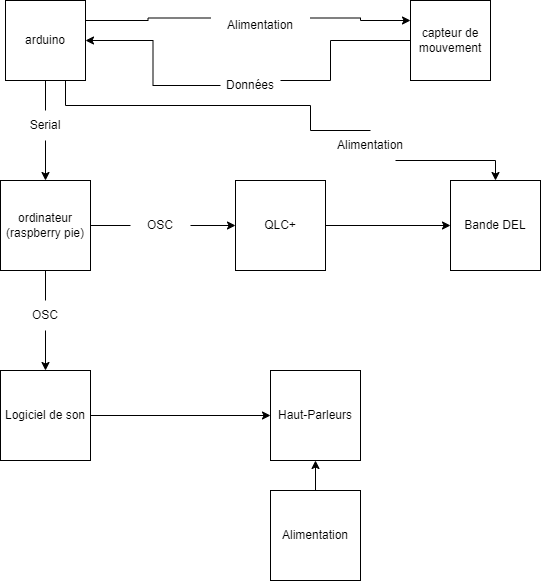
Boucle-RDDL/Boucler-la-boucle keeps this draw.io diagram as docs/preproduction/medias/schema_branchement.png. Above is the earlier version. Source tidied: cells renumbered, new cells last; positions are measured from the earlier drawing's top-left corner, leaving out a move shared by most shapes. Its diagram source:
```xml
<mxGraphModel>
  <root>
    <mxCell id="0" />
    <mxCell id="1" parent="0" />
    <mxCell id="2" style="edgeStyle=orthogonalEdgeStyle;rounded=0;jettySize=auto;html=1;exitX=0;exitY=0.5;exitDx=0;exitDy=0;startArrow=none;" parent="1" edge="1" source="8" target="7">
      <mxGeometry relative="1" as="geometry" />
    </mxCell>
    <mxCell id="3" value="capteur de mouvement" style="whiteSpace=wrap;html=1;" parent="1" vertex="1">
      <mxGeometry x="410" width="80" height="80" as="geometry" />
    </mxCell>
    <mxCell id="4" style="edgeStyle=orthogonalEdgeStyle;rounded=0;jettySize=auto;html=1;exitX=1;exitY=0.25;exitDx=0;exitDy=0;entryX=0;entryY=0.25;entryDx=0;entryDy=0;startArrow=none;" parent="1" edge="1" source="10" target="3">
      <mxGeometry relative="1" as="geometry" />
    </mxCell>
    <mxCell id="5" style="edgeStyle=orthogonalEdgeStyle;rounded=0;jettySize=auto;html=1;exitX=0.5;exitY=1;exitDx=0;exitDy=0;startArrow=none;" parent="1" edge="1" source="15" target="14">
      <mxGeometry relative="1" as="geometry" />
    </mxCell>
    <mxCell id="6" style="edgeStyle=orthogonalEdgeStyle;rounded=0;jettySize=auto;html=1;exitX=0.75;exitY=1;exitDx=0;exitDy=0;entryX=0.5;entryY=0;entryDx=0;entryDy=0;startArrow=none;" parent="1" edge="1" source="27" target="22">
      <mxGeometry relative="1" as="geometry">
        <Array as="points">
          <mxPoint x="495" y="160" />
        </Array>
      </mxGeometry>
    </mxCell>
    <mxCell id="7" value="arduino" style="whiteSpace=wrap;html=1;" parent="1" vertex="1">
      <mxGeometry x="5" width="80" height="80" as="geometry" />
    </mxCell>
    <mxCell id="8" value="Données" style="text;html=1;strokeColor=none;fillColor=none;align=center;verticalAlign=middle;whiteSpace=wrap;rounded=0;" parent="1" vertex="1">
      <mxGeometry x="220" y="70" width="60" height="30" as="geometry" />
    </mxCell>
    <mxCell id="9" style="edgeStyle=orthogonalEdgeStyle;rounded=0;jettySize=auto;html=1;exitX=0;exitY=0.5;exitDx=0;exitDy=0;endArrow=none;" parent="1" edge="1" source="3" target="8">
      <mxGeometry relative="1" as="geometry">
        <Array as="points">
          <mxPoint x="330" y="80" />
        </Array>
      </mxGeometry>
    </mxCell>
    <mxCell id="10" value="Alimentation" style="text;html=1;strokeColor=none;fillColor=none;align=center;verticalAlign=middle;whiteSpace=wrap;rounded=0;" parent="1" vertex="1">
      <mxGeometry x="210" y="10" width="100" height="30" as="geometry" />
    </mxCell>
    <mxCell id="11" style="edgeStyle=orthogonalEdgeStyle;rounded=0;jettySize=auto;html=1;exitX=1;exitY=0.25;exitDx=0;exitDy=0;entryX=0;entryY=0.25;entryDx=0;entryDy=0;endArrow=none;" parent="1" edge="1" source="7" target="10">
      <mxGeometry relative="1" as="geometry" />
    </mxCell>
    <mxCell id="12" style="edgeStyle=orthogonalEdgeStyle;rounded=0;jettySize=auto;html=1;exitX=1;exitY=0.5;exitDx=0;exitDy=0;startArrow=none;" parent="1" edge="1" source="23" target="18">
      <mxGeometry relative="1" as="geometry" />
    </mxCell>
    <mxCell id="13" style="edgeStyle=orthogonalEdgeStyle;rounded=0;jettySize=auto;html=1;exitX=0.5;exitY=1;exitDx=0;exitDy=0;startArrow=none;" parent="1" edge="1" source="25" target="20">
      <mxGeometry relative="1" as="geometry" />
    </mxCell>
    <mxCell id="14" value="ordinateur&lt;br&gt;(raspberry pie)" style="whiteSpace=wrap;html=1;" parent="1" vertex="1">
      <mxGeometry y="180" width="90" height="90" as="geometry" />
    </mxCell>
    <mxCell id="15" value="Serial" style="text;html=1;strokeColor=none;fillColor=none;align=center;verticalAlign=middle;whiteSpace=wrap;rounded=0;" parent="1" vertex="1">
      <mxGeometry x="15" y="110" width="60" height="30" as="geometry" />
    </mxCell>
    <mxCell id="16" style="edgeStyle=orthogonalEdgeStyle;rounded=0;jettySize=auto;html=1;exitX=0.5;exitY=1;exitDx=0;exitDy=0;endArrow=none;" parent="1" edge="1" source="7" target="15">
      <mxGeometry relative="1" as="geometry" />
    </mxCell>
    <mxCell id="17" style="edgeStyle=orthogonalEdgeStyle;rounded=0;jettySize=auto;html=1;exitX=1;exitY=0.5;exitDx=0;exitDy=0;" parent="1" edge="1" source="18" target="22">
      <mxGeometry relative="1" as="geometry" />
    </mxCell>
    <mxCell id="18" value="QLC+" style="whiteSpace=wrap;html=1;" parent="1" vertex="1">
      <mxGeometry x="235" y="180" width="90" height="90" as="geometry" />
    </mxCell>
    <mxCell id="19" style="edgeStyle=orthogonalEdgeStyle;rounded=0;jettySize=auto;html=1;exitX=1;exitY=0.5;exitDx=0;exitDy=0;" parent="1" edge="1" source="20" target="21">
      <mxGeometry relative="1" as="geometry" />
    </mxCell>
    <mxCell id="20" value="Logiciel de son" style="whiteSpace=wrap;html=1;" parent="1" vertex="1">
      <mxGeometry y="370" width="90" height="90" as="geometry" />
    </mxCell>
    <mxCell id="21" value="Haut-Parleurs" style="whiteSpace=wrap;html=1;" parent="1" vertex="1">
      <mxGeometry x="270" y="370" width="90" height="90" as="geometry" />
    </mxCell>
    <mxCell id="22" value="Bande DEL" style="whiteSpace=wrap;html=1;" parent="1" vertex="1">
      <mxGeometry x="450" y="180" width="90" height="90" as="geometry" />
    </mxCell>
    <mxCell id="23" value="OSC" style="text;html=1;strokeColor=none;fillColor=none;align=center;verticalAlign=middle;whiteSpace=wrap;rounded=0;" parent="1" vertex="1">
      <mxGeometry x="130" y="210" width="60" height="30" as="geometry" />
    </mxCell>
    <mxCell id="24" style="edgeStyle=orthogonalEdgeStyle;rounded=0;jettySize=auto;html=1;exitX=1;exitY=0.5;exitDx=0;exitDy=0;endArrow=none;" parent="1" edge="1" source="14" target="23">
      <mxGeometry relative="1" as="geometry" />
    </mxCell>
    <mxCell id="25" value="OSC" style="text;html=1;strokeColor=none;fillColor=none;align=center;verticalAlign=middle;whiteSpace=wrap;rounded=0;" parent="1" vertex="1">
      <mxGeometry x="15" y="300" width="60" height="30" as="geometry" />
    </mxCell>
    <mxCell id="26" style="edgeStyle=orthogonalEdgeStyle;rounded=0;jettySize=auto;html=1;exitX=0.5;exitY=1;exitDx=0;exitDy=0;endArrow=none;" parent="1" edge="1" source="14" target="25">
      <mxGeometry relative="1" as="geometry" />
    </mxCell>
    <mxCell id="27" value="Alimentation" style="text;html=1;strokeColor=none;fillColor=none;align=center;verticalAlign=middle;whiteSpace=wrap;rounded=0;" parent="1" vertex="1">
      <mxGeometry x="320" y="130" width="100" height="30" as="geometry" />
    </mxCell>
    <mxCell id="28" style="edgeStyle=orthogonalEdgeStyle;rounded=0;jettySize=auto;html=1;exitX=0.75;exitY=1;exitDx=0;exitDy=0;entryX=0.5;entryY=0;entryDx=0;entryDy=0;endArrow=none;" parent="1" edge="1" source="7" target="27">
      <mxGeometry relative="1" as="geometry">
        <Array as="points">
          <mxPoint x="65" y="105" />
          <mxPoint x="310" y="105" />
          <mxPoint x="310" y="130" />
        </Array>
      </mxGeometry>
    </mxCell>
    <mxCell id="29" style="edgeStyle=orthogonalEdgeStyle;rounded=0;jettySize=auto;html=1;exitX=0.5;exitY=0;exitDx=0;exitDy=0;entryX=0.5;entryY=1;entryDx=0;entryDy=0;" parent="1" edge="1" source="30" target="21">
      <mxGeometry relative="1" as="geometry" />
    </mxCell>
    <mxCell id="30" value="Alimentation" style="whiteSpace=wrap;html=1;" parent="1" vertex="1">
      <mxGeometry x="270" y="490" width="90" height="90" as="geometry" />
    </mxCell>
  </root>
</mxGraphModel>
```
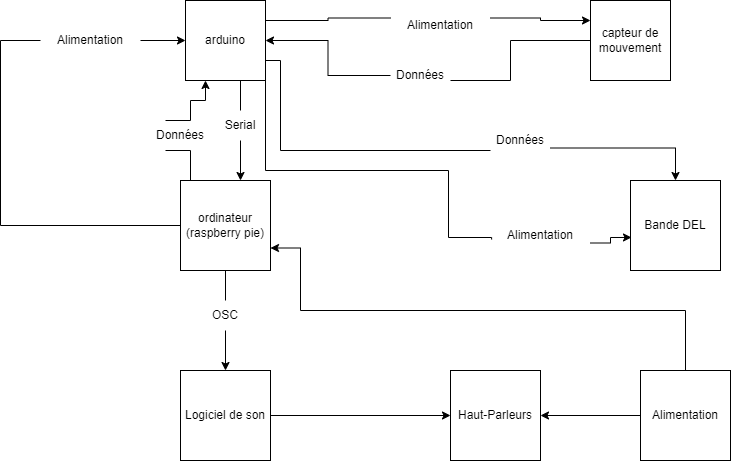
Above is the later version.

Diff of the diagram source:
```diff
@@ -12,20 +12,27 @@
       <mxGeometry relative="1" as="geometry" />
     </mxCell>
     <mxCell id="5" style="edgeStyle=orthogonalEdgeStyle;rounded=0;jettySize=auto;html=1;exitX=0.5;exitY=1;exitDx=0;exitDy=0;startArrow=none;" parent="1" edge="1" source="15" target="14">
-      <mxGeometry relative="1" as="geometry" />
+      <mxGeometry relative="1" as="geometry">
+        <Array as="points">
+          <mxPoint x="60" y="140" />
+        </Array>
+      </mxGeometry>
     </mxCell>
-    <mxCell id="6" style="edgeStyle=orthogonalEdgeStyle;rounded=0;jettySize=auto;html=1;exitX=0.75;exitY=1;exitDx=0;exitDy=0;entryX=0.5;entryY=0;entryDx=0;entryDy=0;startArrow=none;" parent="1" edge="1" source="27" target="22">
-      <mxGeometry relative="1" as="geometry">
-        <Array as="points">
-          <mxPoint x="495" y="160" />
-        </Array>
-      </mxGeometry>
-    </mxCell>
+    <mxCell id="31" style="edgeStyle=orthogonalEdgeStyle;rounded=0;jettySize=auto;html=1;exitX=1;exitY=0.75;exitDx=0;exitDy=0;entryX=0.011;entryY=0.633;entryDx=0;entryDy=0;entryPerimeter=0;startArrow=none;" parent="1" edge="1" source="37" target="22">
+      <mxGeometry x="640" y="290" relative="1" as="geometry" />
+    </mxCell>
+    <mxCell id="32" style="edgeStyle=orthogonalEdgeStyle;rounded=0;jettySize=auto;html=1;exitX=1;exitY=0.75;exitDx=0;exitDy=0;startArrow=none;" parent="1" edge="1" source="39" target="22">
+      <mxGeometry relative="1" as="geometry">
+        <Array as="points">
+          <mxPoint x="495" y="148" />
+        </Array>
+      </mxGeometry>
+    </mxCell>
     <mxCell id="7" value="arduino" style="whiteSpace=wrap;html=1;" parent="1" vertex="1">
       <mxGeometry x="5" width="80" height="80" as="geometry" />
     </mxCell>
     <mxCell id="8" value="Données" style="text;html=1;strokeColor=none;fillColor=none;align=center;verticalAlign=middle;whiteSpace=wrap;rounded=0;" parent="1" vertex="1">
-      <mxGeometry x="220" y="70" width="60" height="30" as="geometry" />
+      <mxGeometry x="210" y="60" width="60" height="30" as="geometry" />
     </mxCell>
     <mxCell id="9" style="edgeStyle=orthogonalEdgeStyle;rounded=0;jettySize=auto;html=1;exitX=0;exitY=0.5;exitDx=0;exitDy=0;endArrow=none;" parent="1" edge="1" source="3" target="8">
       <mxGeometry relative="1" as="geometry">
@@ -40,27 +47,30 @@
     <mxCell id="11" style="edgeStyle=orthogonalEdgeStyle;rounded=0;jettySize=auto;html=1;exitX=1;exitY=0.25;exitDx=0;exitDy=0;entryX=0;entryY=0.25;entryDx=0;entryDy=0;endArrow=none;" parent="1" edge="1" source="7" target="10">
       <mxGeometry relative="1" as="geometry" />
     </mxCell>
-    <mxCell id="12" style="edgeStyle=orthogonalEdgeStyle;rounded=0;jettySize=auto;html=1;exitX=1;exitY=0.5;exitDx=0;exitDy=0;startArrow=none;" parent="1" edge="1" source="23" target="18">
-      <mxGeometry relative="1" as="geometry" />
-    </mxCell>
     <mxCell id="13" style="edgeStyle=orthogonalEdgeStyle;rounded=0;jettySize=auto;html=1;exitX=0.5;exitY=1;exitDx=0;exitDy=0;startArrow=none;" parent="1" edge="1" source="25" target="20">
       <mxGeometry relative="1" as="geometry" />
     </mxCell>
+    <mxCell id="33" style="edgeStyle=orthogonalEdgeStyle;rounded=0;jettySize=auto;html=1;exitX=0.25;exitY=0;exitDx=0;exitDy=0;entryX=0.25;entryY=1;entryDx=0;entryDy=0;startArrow=none;" parent="1" edge="1" source="35" target="7">
+      <mxGeometry relative="1" as="geometry">
+        <Array as="points">
+          <mxPoint x="10" y="100" />
+          <mxPoint x="25" y="100" />
+        </Array>
+      </mxGeometry>
+    </mxCell>
     <mxCell id="14" value="ordinateur&lt;br&gt;(raspberry pie)" style="whiteSpace=wrap;html=1;" parent="1" vertex="1">
       <mxGeometry y="180" width="90" height="90" as="geometry" />
     </mxCell>
     <mxCell id="15" value="Serial" style="text;html=1;strokeColor=none;fillColor=none;align=center;verticalAlign=middle;whiteSpace=wrap;rounded=0;" parent="1" vertex="1">
-      <mxGeometry x="15" y="110" width="60" height="30" as="geometry" />
+      <mxGeometry x="30" y="110" width="60" height="30" as="geometry" />
     </mxCell>
     <mxCell id="16" style="edgeStyle=orthogonalEdgeStyle;rounded=0;jettySize=auto;html=1;exitX=0.5;exitY=1;exitDx=0;exitDy=0;endArrow=none;" parent="1" edge="1" source="7" target="15">
-      <mxGeometry relative="1" as="geometry" />
+      <mxGeometry relative="1" as="geometry">
+        <Array as="points">
+          <mxPoint x="60" y="80" />
+        </Array>
+      </mxGeometry>
     </mxCell>
-    <mxCell id="17" style="edgeStyle=orthogonalEdgeStyle;rounded=0;jettySize=auto;html=1;exitX=1;exitY=0.5;exitDx=0;exitDy=0;" parent="1" edge="1" source="18" target="22">
-      <mxGeometry relative="1" as="geometry" />
-    </mxCell>
-    <mxCell id="18" value="QLC+" style="whiteSpace=wrap;html=1;" parent="1" vertex="1">
-      <mxGeometry x="235" y="180" width="90" height="90" as="geometry" />
-    </mxCell>
     <mxCell id="19" style="edgeStyle=orthogonalEdgeStyle;rounded=0;jettySize=auto;html=1;exitX=1;exitY=0.5;exitDx=0;exitDy=0;" parent="1" edge="1" source="20" target="21">
       <mxGeometry relative="1" as="geometry" />
     </mxCell>
@@ -73,35 +83,74 @@
     <mxCell id="22" value="Bande DEL" style="whiteSpace=wrap;html=1;" parent="1" vertex="1">
       <mxGeometry x="450" y="180" width="90" height="90" as="geometry" />
     </mxCell>
-    <mxCell id="23" value="OSC" style="text;html=1;strokeColor=none;fillColor=none;align=center;verticalAlign=middle;whiteSpace=wrap;rounded=0;" parent="1" vertex="1">
-      <mxGeometry x="130" y="210" width="60" height="30" as="geometry" />
-    </mxCell>
-    <mxCell id="24" style="edgeStyle=orthogonalEdgeStyle;rounded=0;jettySize=auto;html=1;exitX=1;exitY=0.5;exitDx=0;exitDy=0;endArrow=none;" parent="1" edge="1" source="14" target="23">
-      <mxGeometry relative="1" as="geometry" />
-    </mxCell>
     <mxCell id="25" value="OSC" style="text;html=1;strokeColor=none;fillColor=none;align=center;verticalAlign=middle;whiteSpace=wrap;rounded=0;" parent="1" vertex="1">
       <mxGeometry x="15" y="300" width="60" height="30" as="geometry" />
     </mxCell>
     <mxCell id="26" style="edgeStyle=orthogonalEdgeStyle;rounded=0;jettySize=auto;html=1;exitX=0.5;exitY=1;exitDx=0;exitDy=0;endArrow=none;" parent="1" edge="1" source="14" target="25">
       <mxGeometry relative="1" as="geometry" />
     </mxCell>
-    <mxCell id="27" value="Alimentation" style="text;html=1;strokeColor=none;fillColor=none;align=center;verticalAlign=middle;whiteSpace=wrap;rounded=0;" parent="1" vertex="1">
-      <mxGeometry x="320" y="130" width="100" height="30" as="geometry" />
-    </mxCell>
-    <mxCell id="28" style="edgeStyle=orthogonalEdgeStyle;rounded=0;jettySize=auto;html=1;exitX=0.75;exitY=1;exitDx=0;exitDy=0;entryX=0.5;entryY=0;entryDx=0;entryDy=0;endArrow=none;" parent="1" edge="1" source="7" target="27">
-      <mxGeometry relative="1" as="geometry">
-        <Array as="points">
-          <mxPoint x="65" y="105" />
-          <mxPoint x="310" y="105" />
-          <mxPoint x="310" y="130" />
-        </Array>
-      </mxGeometry>
-    </mxCell>
-    <mxCell id="29" style="edgeStyle=orthogonalEdgeStyle;rounded=0;jettySize=auto;html=1;exitX=0.5;exitY=0;exitDx=0;exitDy=0;entryX=0.5;entryY=1;entryDx=0;entryDy=0;" parent="1" edge="1" source="30" target="21">
+    <mxCell id="29" style="edgeStyle=orthogonalEdgeStyle;rounded=0;jettySize=auto;html=1;exitX=0;exitY=0.5;exitDx=0;exitDy=0;entryX=1;entryY=0.5;entryDx=0;entryDy=0;" parent="1" edge="1" source="30" target="21">
       <mxGeometry relative="1" as="geometry" />
     </mxCell>
+    <mxCell id="34" style="edgeStyle=orthogonalEdgeStyle;rounded=0;jettySize=auto;html=1;exitX=0.5;exitY=0;exitDx=0;exitDy=0;entryX=1;entryY=0.75;entryDx=0;entryDy=0;" parent="1" edge="1" source="30" target="14">
+      <mxGeometry relative="1" as="geometry">
+        <Array as="points">
+          <mxPoint x="505" y="310" />
+          <mxPoint x="120" y="310" />
+          <mxPoint x="120" y="248" />
+        </Array>
+      </mxGeometry>
+    </mxCell>
     <mxCell id="30" value="Alimentation" style="whiteSpace=wrap;html=1;" parent="1" vertex="1">
-      <mxGeometry x="270" y="490" width="90" height="90" as="geometry" />
+      <mxGeometry x="460" y="370" width="90" height="90" as="geometry" />
     </mxCell>
+    <mxCell id="35" value="Données" style="text;html=1;strokeColor=none;fillColor=none;align=center;verticalAlign=middle;whiteSpace=wrap;rounded=0;" parent="1" vertex="1">
+      <mxGeometry x="-30" y="120" width="60" height="30" as="geometry" />
+    </mxCell>
+    <mxCell id="36" style="edgeStyle=orthogonalEdgeStyle;rounded=0;jettySize=auto;html=1;exitX=0.25;exitY=0;exitDx=0;exitDy=0;entryX=0.25;entryY=1;entryDx=0;entryDy=0;endArrow=none;" parent="1" edge="1" source="14" target="35">
+      <mxGeometry relative="1" as="geometry">
+        <Array as="points">
+          <mxPoint x="10" y="180" />
+        </Array>
+      </mxGeometry>
+    </mxCell>
+    <mxCell id="37" value="Alimentation" style="text;html=1;strokeColor=none;fillColor=none;align=center;verticalAlign=middle;whiteSpace=wrap;rounded=0;" parent="1" vertex="1">
+      <mxGeometry x="310" y="220" width="100" height="30" as="geometry" />
+    </mxCell>
+    <mxCell id="38" style="edgeStyle=orthogonalEdgeStyle;rounded=0;jettySize=auto;html=1;exitX=1;exitY=0.75;exitDx=0;exitDy=0;entryX=0.011;entryY=0.633;entryDx=0;entryDy=0;entryPerimeter=0;endArrow=none;" parent="1" edge="1" source="7" target="37">
+      <mxGeometry x="640" y="290" relative="1" as="geometry">
+        <Array as="points">
+          <mxPoint x="85" y="170" />
+          <mxPoint x="268" y="170" />
+          <mxPoint x="268" y="237" />
+          <mxPoint x="311" y="237" />
+        </Array>
+      </mxGeometry>
+    </mxCell>
+    <mxCell id="39" value="Données" style="text;html=1;strokeColor=none;fillColor=none;align=center;verticalAlign=middle;whiteSpace=wrap;rounded=0;" parent="1" vertex="1">
+      <mxGeometry x="310" y="125" width="60" height="30" as="geometry" />
+    </mxCell>
+    <mxCell id="40" style="edgeStyle=orthogonalEdgeStyle;rounded=0;jettySize=auto;html=1;exitX=1;exitY=0.75;exitDx=0;exitDy=0;endArrow=none;" parent="1" edge="1" source="7" target="39">
+      <mxGeometry relative="1" as="geometry">
+        <Array as="points">
+          <mxPoint x="100" y="60" />
+          <mxPoint x="100" y="150" />
+        </Array>
+      </mxGeometry>
+    </mxCell>
+    <mxCell id="41" style="edgeStyle=orthogonalEdgeStyle;rounded=0;jettySize=auto;html=1;exitX=1;exitY=0.5;exitDx=0;exitDy=0;entryX=0;entryY=0.5;entryDx=0;entryDy=0;" parent="1" edge="1" source="42" target="7">
+      <mxGeometry relative="1" as="geometry" />
+    </mxCell>
+    <mxCell id="42" value="Alimentation" style="text;html=1;strokeColor=none;fillColor=none;align=center;verticalAlign=middle;whiteSpace=wrap;rounded=0;" parent="1" vertex="1">
+      <mxGeometry x="-140" y="25" width="100" height="30" as="geometry" />
+    </mxCell>
+    <mxCell id="43" style="edgeStyle=orthogonalEdgeStyle;rounded=0;jettySize=auto;html=1;exitX=0;exitY=0.5;exitDx=0;exitDy=0;entryX=0;entryY=0.5;entryDx=0;entryDy=0;endArrow=none;" parent="1" edge="1" source="14" target="42">
+      <mxGeometry x="560" y="410" relative="1" as="geometry">
+        <Array as="points">
+          <mxPoint x="-180" y="225" />
+          <mxPoint x="-180" y="40" />
+        </Array>
+      </mxGeometry>
+    </mxCell>
   </root>
 </mxGraphModel>
```
